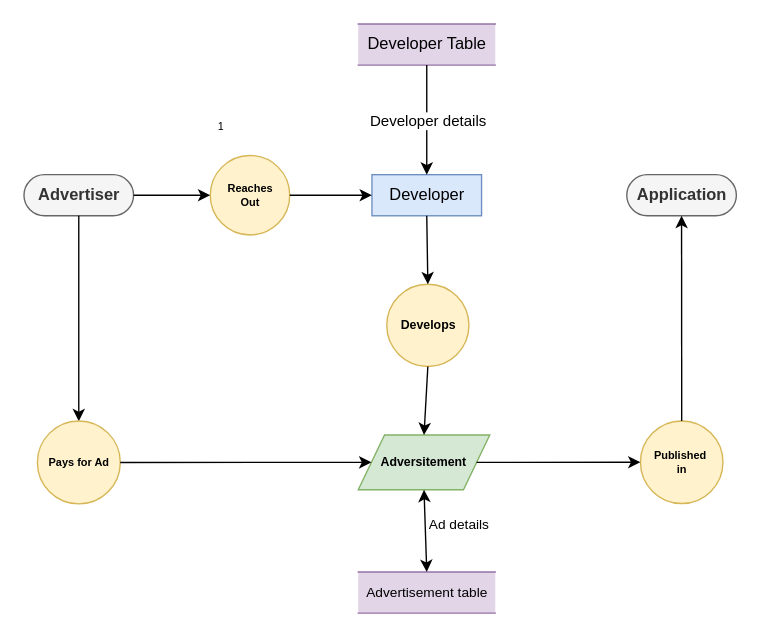
Charan-Patnaik/dmdd keeps this draw.io diagram as dfd_2.drawio. Above is the earlier version. Source tidied: cells renumbered, new cells numbered last; positions are measured from the earlier drawing's top-left corner, leaving out a move shared by most shapes. Both pictures are drawn from the tidied source at 137%, with x=0, y=0 at pixel (23, 23).
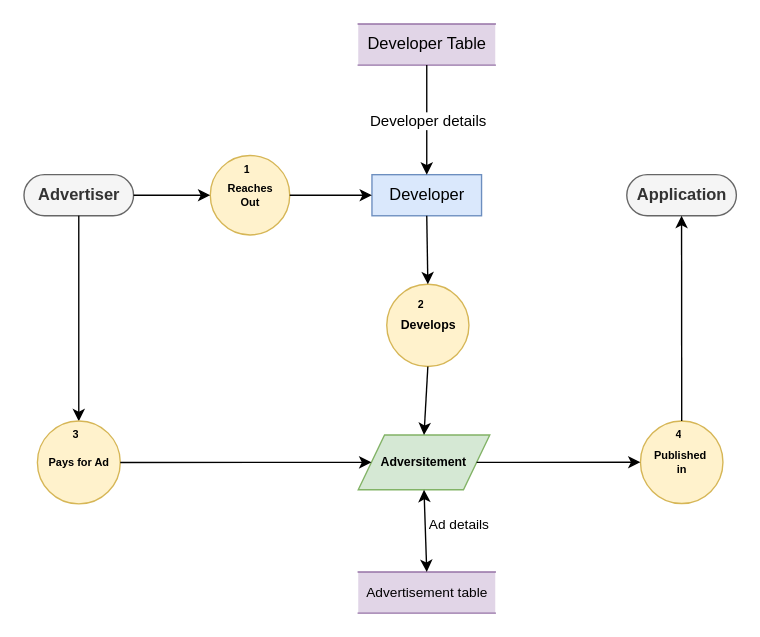
Above is the later version.

What changed in the source:
```diff
@@
-    <mxCell id="24" value="1" style="text;strokeColor=none;fillColor=none;align=left;verticalAlign=middle;spacingLeft=4;spacingRight=4;overflow=hidden;whiteSpace=wrap;html=1;fontSize=8;" parent="1" vertex="1">
-      <mxGeometry x="136" y="60" width="80" height="30" as="geometry" />
+    <mxCell id="24" value="1" style="text;strokeColor=none;fillColor=none;align=left;verticalAlign=middle;spacingLeft=4;spacingRight=4;overflow=hidden;whiteSpace=wrap;html=1;fontSize=8;fontStyle=1;" parent="1" vertex="1">
+      <mxGeometry x="155" y="96" width="20" height="20" as="geometry" />
     </mxCell>
+    <mxCell id="25" value="2" style="text;strokeColor=none;fillColor=none;align=left;verticalAlign=middle;spacingLeft=4;spacingRight=4;overflow=hidden;whiteSpace=wrap;html=1;fontSize=8;fontStyle=1;" parent="1" vertex="1">
+      <mxGeometry x="282" y="195" width="20" height="20" as="geometry" />
+    </mxCell>
+    <mxCell id="26" value="3" style="text;strokeColor=none;fillColor=none;align=left;verticalAlign=middle;spacingLeft=4;spacingRight=4;overflow=hidden;whiteSpace=wrap;html=1;fontSize=8;fontStyle=1;" parent="1" vertex="1">
+      <mxGeometry x="30" y="289.8" width="20" height="20" as="geometry" />
+    </mxCell>
+    <mxCell id="27" value="4" style="text;strokeColor=none;fillColor=none;align=left;verticalAlign=middle;spacingLeft=4;spacingRight=4;overflow=hidden;whiteSpace=wrap;html=1;fontSize=8;fontStyle=1;" parent="1" vertex="1">
+      <mxGeometry x="470.1" y="289.8" width="20" height="20" as="geometry" />
+    </mxCell>
```
